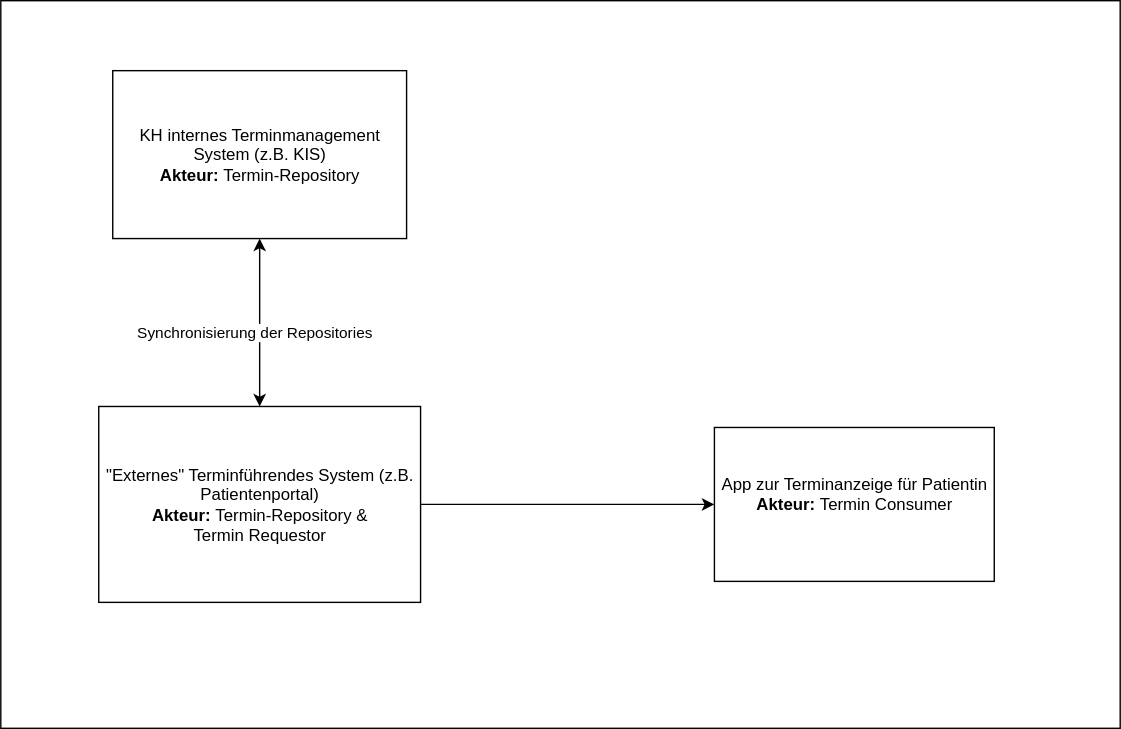
Earlier version of the draw.io export Material/Terminplanung/images/diagrams/Termin_Patientenportal_als_Repository.drawio.svg (gematik/spec-ISiK-Basismodul). Source tidied: cells renumbered, new cells last; positions are measured from the earlier drawing's top-left corner, leaving out a move shared by most shapes.
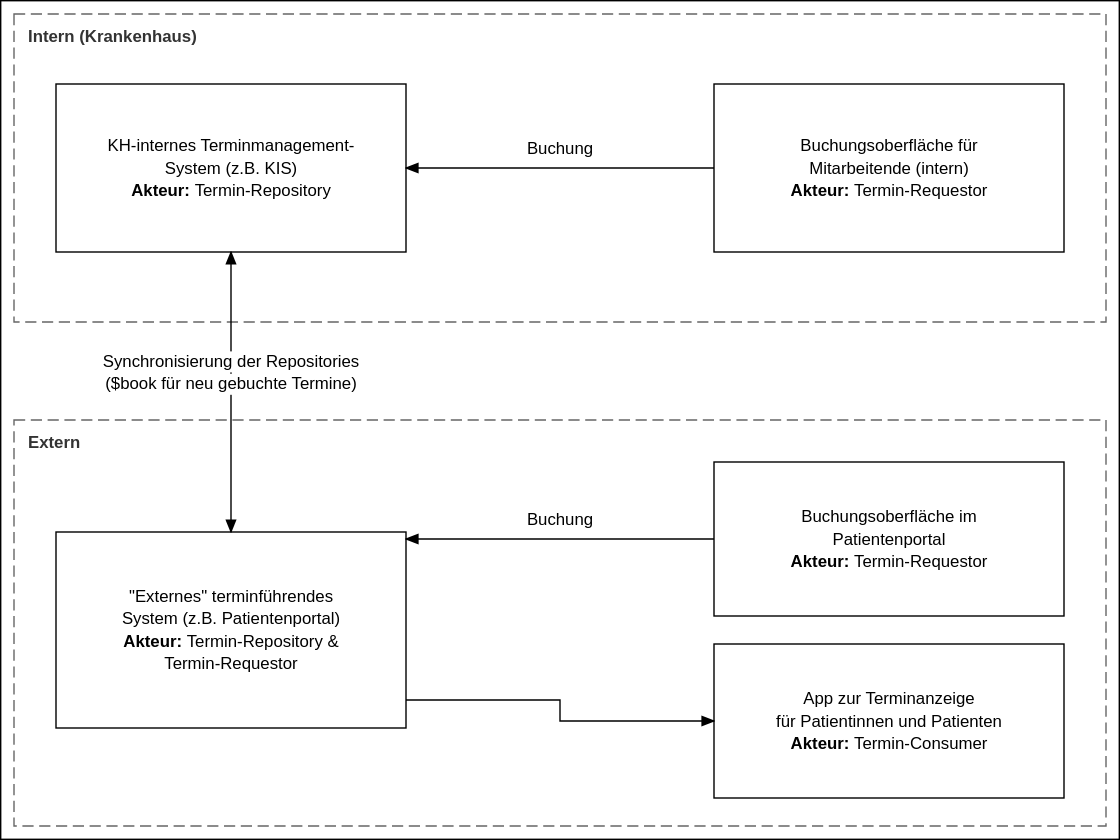
Above is the later version.

What changed in the source:
```diff
@@ -2,26 +2,46 @@
   <root>
     <mxCell id="0" />
     <mxCell id="1" parent="0" />
-    <mxCell id="2" style="rounded=0;whiteSpace=wrap;html=1;" parent="1" vertex="1">
-      <mxGeometry width="800" height="520" as="geometry" />
-    </mxCell>
-    <mxCell id="3" style="edgeStyle=orthogonalEdgeStyle;rounded=0;jettySize=auto;html=1;exitX=0.5;exitY=1;exitDx=0;exitDy=0;startArrow=classic;startFill=1;" parent="1" edge="1" source="5" target="8">
-      <mxGeometry relative="1" as="geometry" />
-    </mxCell>
-    <mxCell id="4" value="Synchronisierung der Repositories" style="edgeLabel;html=1;align=center;verticalAlign=middle;" parent="3" vertex="1">
-      <mxGeometry x="0.1" y="-5" relative="1" as="geometry" />
-    </mxCell>
-    <mxCell id="5" value="&lt;div&gt;KH internes Terminmanagement System (z.B. KIS)&lt;/div&gt;&lt;b&gt;Akteur:&amp;nbsp;&lt;/b&gt;Termin-Repository" style="rounded=0;whiteSpace=wrap;html=1;" parent="1" vertex="1">
-      <mxGeometry x="80" y="50" width="210" height="120" as="geometry" />
-    </mxCell>
-    <mxCell id="6" value="&lt;div&gt;App zur Terminanzeige für Patientin&lt;/div&gt;&lt;div&gt;&lt;b&gt;Akteur:&amp;nbsp;&lt;/b&gt;Termin Consumer&lt;/div&gt;&lt;div&gt;&lt;br&gt;&lt;/div&gt;" style="rounded=0;whiteSpace=wrap;html=1;" parent="1" vertex="1">
-      <mxGeometry x="510" y="305" width="200" height="110" as="geometry" />
-    </mxCell>
-    <mxCell id="7" style="edgeStyle=orthogonalEdgeStyle;rounded=0;jettySize=auto;html=1;exitX=1;exitY=0.5;exitDx=0;exitDy=0;entryX=0;entryY=0.5;entryDx=0;entryDy=0;" parent="1" edge="1" source="8" target="6">
-      <mxGeometry relative="1" as="geometry" />
-    </mxCell>
-    <mxCell id="8" value="&lt;div&gt;&quot;Externes&quot; Terminführendes System (z.B. Patientenportal)&lt;/div&gt;&lt;div&gt;&lt;b&gt;Akteur:&amp;nbsp;&lt;/b&gt;Termin-Repository &amp;amp;&lt;/div&gt;&lt;div&gt;Termin Requestor&lt;/div&gt;" style="rounded=0;whiteSpace=wrap;html=1;" parent="1" vertex="1">
-      <mxGeometry x="70" y="290" width="230" height="140" as="geometry" />
-    </mxCell>
+    <mxCell id="9" style="rounded=0;whiteSpace=wrap;html=1;" parent="1" vertex="1">
+      <mxGeometry x="-70" y="-70" width="800" height="600" as="geometry" />
+    </mxCell>
+    <mxCell id="10" value="&lt;b&gt;Intern (Krankenhaus)&lt;/b&gt;" style="rounded=0;whiteSpace=wrap;html=1;fillColor=none;dashed=1;strokeColor=#666666;align=left;verticalAlign=top;spacingLeft=8;fontColor=#333333;" parent="1" vertex="1">
+      <mxGeometry x="-60" y="-60" width="780" height="220" as="geometry" />
+    </mxCell>
+    <mxCell id="11" value="&lt;b&gt;Extern&lt;/b&gt;" style="rounded=0;whiteSpace=wrap;html=1;fillColor=none;dashed=1;strokeColor=#666666;align=left;verticalAlign=top;spacingLeft=8;fontColor=#333333;" parent="1" vertex="1">
+      <mxGeometry x="-60" y="230" width="780" height="290" as="geometry" />
+    </mxCell>
+    <mxCell id="12" value="&lt;div&gt;KH-internes Terminmanagement-&lt;/div&gt;&lt;div&gt;System (z.B. KIS)&lt;/div&gt;&lt;div&gt;&lt;b&gt;Akteur: &lt;/b&gt;&amp;nbsp;Termin-Repository&lt;/div&gt;" style="rounded=0;whiteSpace=wrap;html=1;" parent="1" vertex="1">
+      <mxGeometry x="-30" y="-10" width="250" height="120" as="geometry" />
+    </mxCell>
+    <mxCell id="13" value="&lt;div&gt;Buchungsoberfläche für&lt;/div&gt;&lt;div&gt;Mitarbeitende (intern)&lt;/div&gt;&lt;div&gt;&lt;b&gt;Akteur: &lt;/b&gt;&amp;nbsp;Termin-Requestor&lt;/div&gt;" style="rounded=0;whiteSpace=wrap;html=1;" parent="1" vertex="1">
+      <mxGeometry x="440" y="-10" width="250" height="120" as="geometry" />
+    </mxCell>
+    <mxCell id="14" value="&lt;div&gt;&quot;Externes&quot; terminführendes&lt;/div&gt;&lt;div&gt;System (z.B. Patientenportal)&lt;/div&gt;&lt;div&gt;&lt;b&gt;Akteur: &lt;/b&gt;&amp;nbsp;Termin-Repository &amp;&lt;/div&gt;&lt;div&gt;Termin-Requestor&lt;/div&gt;" style="rounded=0;whiteSpace=wrap;html=1;" parent="1" vertex="1">
+      <mxGeometry x="-30" y="310" width="250" height="140" as="geometry" />
+    </mxCell>
+    <mxCell id="15" value="&lt;div&gt;Buchungsoberfläche im&lt;/div&gt;&lt;div&gt;Patientenportal&lt;/div&gt;&lt;div&gt;&lt;b&gt;Akteur: &lt;/b&gt;&amp;nbsp;Termin-Requestor&lt;/div&gt;" style="rounded=0;whiteSpace=wrap;html=1;" parent="1" vertex="1">
+      <mxGeometry x="440" y="260" width="250" height="110" as="geometry" />
+    </mxCell>
+    <mxCell id="16" value="&lt;div&gt;App zur Terminanzeige&lt;/div&gt;&lt;div&gt;für Patientinnen und Patienten&lt;/div&gt;&lt;div&gt;&lt;b&gt;Akteur: &lt;/b&gt;&amp;nbsp;Termin-Consumer&lt;/div&gt;" style="rounded=0;whiteSpace=wrap;html=1;" parent="1" vertex="1">
+      <mxGeometry x="440" y="390" width="250" height="110" as="geometry" />
+    </mxCell>
+    <mxCell id="17" value="Buchung" style="edgeStyle=orthogonalEdgeStyle;rounded=0;html=1;" parent="1" edge="1" source="13" target="12">
+      <mxGeometry relative="1" as="geometry" />
+    </mxCell>
+    <mxCell id="18" value="Synchronisierung der Repositories&lt;br&gt;($book für neu gebuchte Termine)" style="startArrow=classic;startFill=1;edgeStyle=orthogonalEdgeStyle;rounded=0;html=1;" parent="1" edge="1" source="14" target="12">
+      <mxGeometry relative="1" as="geometry" />
+    </mxCell>
+    <mxCell id="19" value="Buchung" style="edgeStyle=orthogonalEdgeStyle;rounded=0;html=1;" parent="1" edge="1" source="15" target="14">
+      <mxGeometry relative="1" as="geometry" />
+    </mxCell>
+    <mxCell id="20" style="edgeStyle=orthogonalEdgeStyle;rounded=0;html=1;" parent="1" edge="1" source="14" target="16">
+      <mxGeometry relative="1" as="geometry">
+        <Array as="points">
+          <mxPoint x="330" y="430" />
+          <mxPoint x="330" y="445" />
+        </Array>
+      </mxGeometry>
+    </mxCell>
   </root>
 </mxGraphModel>
```
